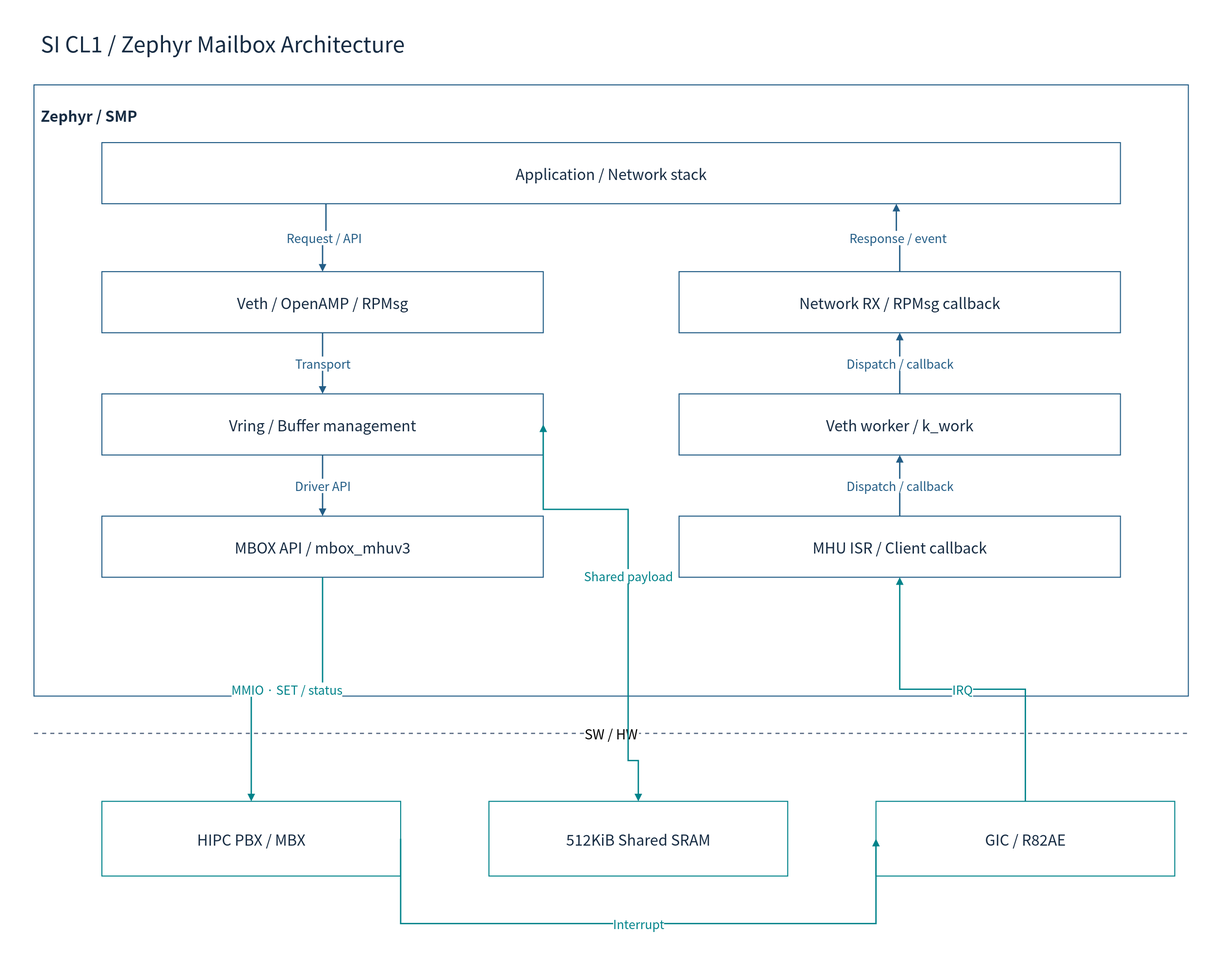
Earlier version of the draw.io export doc/phase1/mailbox/diagrams/19-zephyr-software.drawio.svg (cometzero/project-apollo). Source tidied: cells renumbered, new cells last; positions are measured from the earlier drawing's top-left corner, leaving out a move shared by most shapes.
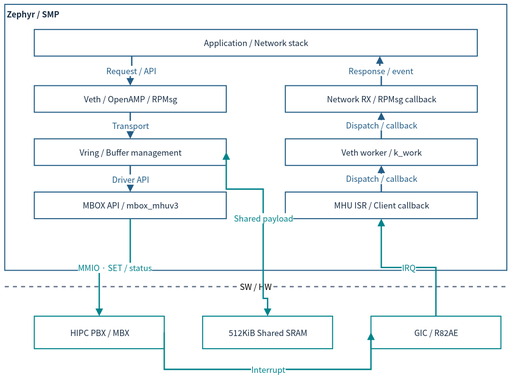
The same diagram one commit later.

Diff of the diagram source:
```diff
@@ -2,88 +2,82 @@
   <root>
     <mxCell id="0" />
     <mxCell id="1" parent="0" />
-    <mxCell id="2" style="rounded=0;whiteSpace=wrap;html=1;fillColor=#FFFFFF;strokeColor=none;strokeWidth=1.5;fontColor=#172C43;fontFamily=Noto Sans CJK KR;fontSize=22;spacing=10;" parent="1" vertex="1">
-      <mxGeometry width="1800" height="1420" as="geometry" />
-    </mxCell>
-    <mxCell id="3" value="SI CL1 / Zephyr Mailbox Architecture" style="rounded=0;whiteSpace=wrap;html=1;fillColor=#FFFFFF;strokeColor=none;strokeWidth=1.5;fontColor=#172C43;fontFamily=Noto Sans CJK KR;fontSize=22;spacing=10;fontSize=32;align=left;" parent="1" vertex="1">
-      <mxGeometry x="50" y="30" width="1700" height="65" as="geometry" />
-    </mxCell>
-    <mxCell id="4" value="Zephyr / SMP" style="rounded=0;whiteSpace=wrap;html=1;fillColor=#FFFFFF;strokeColor=#235D86;strokeWidth=1.5;fontColor=#172C43;fontFamily=Noto Sans CJK KR;fontSize=22;spacing=10;verticalAlign=top;fontStyle=1;spacingTop=16;align=left;" parent="1" vertex="1">
-      <mxGeometry x="50" y="125" width="1700" height="900" as="geometry" />
+    <mxCell id="4" value="Zephyr / SMP" style="rounded=0;whiteSpace=wrap;html=1;fillColor=#FFFFFF;strokeColor=#235D86;strokeWidth=1.5;fontColor=#172C43;fontFamily=Noto Sans CJK KR;verticalAlign=top;fontStyle=1;align=left;fontSize=12;spacing=3;whiteSpace=wrap;" parent="1" vertex="1">
+      <mxGeometry x="12" y="29.4" width="740" height="391.8" as="geometry" />
     </mxCell>
-    <mxCell id="5" value="Application / Network stack" style="rounded=0;whiteSpace=wrap;html=1;fillColor=#FFFFFF;strokeColor=#235D86;strokeWidth=1.5;fontColor=#172C43;fontFamily=Noto Sans CJK KR;fontSize=22;spacing=10;" parent="4" vertex="1">
-      <mxGeometry x="100" y="85" width="1500" height="90" as="geometry" />
+    <mxCell id="5" value="Application / Network stack" style="rounded=0;whiteSpace=wrap;html=1;fillColor=#FFFFFF;strokeColor=#235D86;strokeWidth=1.5;fontColor=#172C43;fontFamily=Noto Sans CJK KR;fontSize=12;spacing=3;whiteSpace=wrap;" parent="4" vertex="1">
+      <mxGeometry x="43.5" y="37" width="652.9" height="39.2" as="geometry" />
     </mxCell>
-    <mxCell id="6" value="Veth / OpenAMP / RPMsg" style="rounded=0;whiteSpace=wrap;html=1;fillColor=#FFFFFF;strokeColor=#235D86;strokeWidth=1.5;fontColor=#172C43;fontFamily=Noto Sans CJK KR;fontSize=22;spacing=10;" parent="4" vertex="1">
-      <mxGeometry x="100" y="275" width="650" height="90" as="geometry" />
+    <mxCell id="6" value="Veth / OpenAMP / RPMsg" style="rounded=0;whiteSpace=wrap;html=1;fillColor=#FFFFFF;strokeColor=#235D86;strokeWidth=1.5;fontColor=#172C43;fontFamily=Noto Sans CJK KR;fontSize=12;spacing=3;whiteSpace=wrap;" parent="4" vertex="1">
+      <mxGeometry x="43.5" y="119.7" width="282.9" height="39.2" as="geometry" />
     </mxCell>
-    <mxCell id="7" value="Vring / Buffer management" style="rounded=0;whiteSpace=wrap;html=1;fillColor=#FFFFFF;strokeColor=#235D86;strokeWidth=1.5;fontColor=#172C43;fontFamily=Noto Sans CJK KR;fontSize=22;spacing=10;" parent="4" vertex="1">
-      <mxGeometry x="100" y="455" width="650" height="90" as="geometry" />
+    <mxCell id="7" value="Vring / Buffer management" style="rounded=0;whiteSpace=wrap;html=1;fillColor=#FFFFFF;strokeColor=#235D86;strokeWidth=1.5;fontColor=#172C43;fontFamily=Noto Sans CJK KR;fontSize=12;spacing=3;whiteSpace=wrap;" parent="4" vertex="1">
+      <mxGeometry x="43.5" y="198.1" width="282.9" height="39.2" as="geometry" />
     </mxCell>
-    <mxCell id="8" value="MBOX API / mbox_mhuv3" style="rounded=0;whiteSpace=wrap;html=1;fillColor=#FFFFFF;strokeColor=#235D86;strokeWidth=1.5;fontColor=#172C43;fontFamily=Noto Sans CJK KR;fontSize=22;spacing=10;" parent="4" vertex="1">
-      <mxGeometry x="100" y="635" width="650" height="90" as="geometry" />
+    <mxCell id="8" value="MBOX API / mbox_mhuv3" style="rounded=0;whiteSpace=wrap;html=1;fillColor=#FFFFFF;strokeColor=#235D86;strokeWidth=1.5;fontColor=#172C43;fontFamily=Noto Sans CJK KR;fontSize=12;spacing=3;whiteSpace=wrap;" parent="4" vertex="1">
+      <mxGeometry x="43.5" y="276.4" width="282.9" height="39.2" as="geometry" />
     </mxCell>
-    <mxCell id="9" value="Network RX / RPMsg callback" style="rounded=0;whiteSpace=wrap;html=1;fillColor=#FFFFFF;strokeColor=#235D86;strokeWidth=1.5;fontColor=#172C43;fontFamily=Noto Sans CJK KR;fontSize=22;spacing=10;" parent="4" vertex="1">
-      <mxGeometry x="950" y="275" width="650" height="90" as="geometry" />
+    <mxCell id="9" value="Network RX / RPMsg callback" style="rounded=0;whiteSpace=wrap;html=1;fillColor=#FFFFFF;strokeColor=#235D86;strokeWidth=1.5;fontColor=#172C43;fontFamily=Noto Sans CJK KR;fontSize=12;spacing=3;whiteSpace=wrap;" parent="4" vertex="1">
+      <mxGeometry x="413.5" y="119.7" width="282.9" height="39.2" as="geometry" />
     </mxCell>
-    <mxCell id="10" value="Veth worker / k_work" style="rounded=0;whiteSpace=wrap;html=1;fillColor=#FFFFFF;strokeColor=#235D86;strokeWidth=1.5;fontColor=#172C43;fontFamily=Noto Sans CJK KR;fontSize=22;spacing=10;" parent="4" vertex="1">
-      <mxGeometry x="950" y="455" width="650" height="90" as="geometry" />
+    <mxCell id="10" value="Veth worker / k_work" style="rounded=0;whiteSpace=wrap;html=1;fillColor=#FFFFFF;strokeColor=#235D86;strokeWidth=1.5;fontColor=#172C43;fontFamily=Noto Sans CJK KR;fontSize=12;spacing=3;whiteSpace=wrap;" parent="4" vertex="1">
+      <mxGeometry x="413.5" y="198.1" width="282.9" height="39.2" as="geometry" />
     </mxCell>
-    <mxCell id="11" value="MHU ISR / Client callback" style="rounded=0;whiteSpace=wrap;html=1;fillColor=#FFFFFF;strokeColor=#235D86;strokeWidth=1.5;fontColor=#172C43;fontFamily=Noto Sans CJK KR;fontSize=22;spacing=10;" parent="4" vertex="1">
-      <mxGeometry x="950" y="635" width="650" height="90" as="geometry" />
+    <mxCell id="11" value="MHU ISR / Client callback" style="rounded=0;whiteSpace=wrap;html=1;fillColor=#FFFFFF;strokeColor=#235D86;strokeWidth=1.5;fontColor=#172C43;fontFamily=Noto Sans CJK KR;fontSize=12;spacing=3;whiteSpace=wrap;" parent="4" vertex="1">
+      <mxGeometry x="413.5" y="276.4" width="282.9" height="39.2" as="geometry" />
     </mxCell>
-    <mxCell id="12" value="Request / API" style="edgeStyle=orthogonalEdgeStyle;rounded=0;html=1;endArrow=block;endFill=1;strokeWidth=2;strokeColor=#235D86;fontColor=#235D86;fontFamily=Noto Sans CJK KR;fontSize=18;labelBackgroundColor=#FFFFFF;exitX=0.22;exitY=1;entryX=0.5;entryY=0;" parent="1" edge="1" source="5" target="6">
+    <mxCell id="12" value="Request / API" style="edgeStyle=orthogonalEdgeStyle;rounded=0;html=1;endArrow=block;endFill=1;strokeWidth=2;strokeColor=#235D86;fontColor=#235D86;fontFamily=Noto Sans CJK KR;labelBackgroundColor=#FFFFFF;exitX=0.22;exitY=1;entryX=0.5;entryY=0;fontSize=12;spacing=3;whiteSpace=nowrap;" parent="1" edge="1" source="5" target="6">
       <mxGeometry relative="1" as="geometry" />
     </mxCell>
-    <mxCell id="13" value="Transport" style="edgeStyle=orthogonalEdgeStyle;rounded=0;html=1;endArrow=block;endFill=1;strokeWidth=2;strokeColor=#235D86;fontColor=#235D86;fontFamily=Noto Sans CJK KR;fontSize=18;labelBackgroundColor=#FFFFFF;exitX=0.5;exitY=1;entryX=0.5;entryY=0;" parent="1" edge="1" source="6" target="7">
+    <mxCell id="13" value="Transport" style="edgeStyle=orthogonalEdgeStyle;rounded=0;html=1;endArrow=block;endFill=1;strokeWidth=2;strokeColor=#235D86;fontColor=#235D86;fontFamily=Noto Sans CJK KR;labelBackgroundColor=#FFFFFF;exitX=0.5;exitY=1;entryX=0.5;entryY=0;fontSize=12;spacing=3;whiteSpace=nowrap;" parent="1" edge="1" source="6" target="7">
       <mxGeometry relative="1" as="geometry" />
     </mxCell>
-    <mxCell id="14" value="Driver API" style="edgeStyle=orthogonalEdgeStyle;rounded=0;html=1;endArrow=block;endFill=1;strokeWidth=2;strokeColor=#235D86;fontColor=#235D86;fontFamily=Noto Sans CJK KR;fontSize=18;labelBackgroundColor=#FFFFFF;exitX=0.5;exitY=1;entryX=0.5;entryY=0;" parent="1" edge="1" source="7" target="8">
+    <mxCell id="14" value="Driver API" style="edgeStyle=orthogonalEdgeStyle;rounded=0;html=1;endArrow=block;endFill=1;strokeWidth=2;strokeColor=#235D86;fontColor=#235D86;fontFamily=Noto Sans CJK KR;labelBackgroundColor=#FFFFFF;exitX=0.5;exitY=1;entryX=0.5;entryY=0;fontSize=12;spacing=3;whiteSpace=nowrap;" parent="1" edge="1" source="7" target="8">
       <mxGeometry relative="1" as="geometry" />
     </mxCell>
-    <mxCell id="15" value="Dispatch / callback" style="edgeStyle=orthogonalEdgeStyle;rounded=0;html=1;endArrow=block;endFill=1;strokeWidth=2;strokeColor=#235D86;fontColor=#235D86;fontFamily=Noto Sans CJK KR;fontSize=18;labelBackgroundColor=#FFFFFF;exitX=0.5;exitY=0;entryX=0.5;entryY=1;" parent="1" edge="1" source="10" target="9">
+    <mxCell id="15" value="Dispatch / callback" style="edgeStyle=orthogonalEdgeStyle;rounded=0;html=1;endArrow=block;endFill=1;strokeWidth=2;strokeColor=#235D86;fontColor=#235D86;fontFamily=Noto Sans CJK KR;labelBackgroundColor=#FFFFFF;exitX=0.5;exitY=0;entryX=0.5;entryY=1;fontSize=12;spacing=3;whiteSpace=nowrap;" parent="1" edge="1" source="10" target="9">
       <mxGeometry relative="1" as="geometry" />
     </mxCell>
-    <mxCell id="16" value="Dispatch / callback" style="edgeStyle=orthogonalEdgeStyle;rounded=0;html=1;endArrow=block;endFill=1;strokeWidth=2;strokeColor=#235D86;fontColor=#235D86;fontFamily=Noto Sans CJK KR;fontSize=18;labelBackgroundColor=#FFFFFF;exitX=0.5;exitY=0;entryX=0.5;entryY=1;" parent="1" edge="1" source="11" target="10">
+    <mxCell id="16" value="Dispatch / callback" style="edgeStyle=orthogonalEdgeStyle;rounded=0;html=1;endArrow=block;endFill=1;strokeWidth=2;strokeColor=#235D86;fontColor=#235D86;fontFamily=Noto Sans CJK KR;labelBackgroundColor=#FFFFFF;exitX=0.5;exitY=0;entryX=0.5;entryY=1;fontSize=12;spacing=3;whiteSpace=nowrap;" parent="1" edge="1" source="11" target="10">
       <mxGeometry relative="1" as="geometry" />
     </mxCell>
-    <mxCell id="17" value="Response / event" style="edgeStyle=orthogonalEdgeStyle;rounded=0;html=1;endArrow=block;endFill=1;strokeWidth=2;strokeColor=#235D86;fontColor=#235D86;fontFamily=Noto Sans CJK KR;fontSize=18;labelBackgroundColor=#FFFFFF;exitX=0.5;exitY=0;entryX=0.78;entryY=1;" parent="1" edge="1" source="9" target="5">
+    <mxCell id="17" value="Response / event" style="edgeStyle=orthogonalEdgeStyle;rounded=0;html=1;endArrow=block;endFill=1;strokeWidth=2;strokeColor=#235D86;fontColor=#235D86;fontFamily=Noto Sans CJK KR;labelBackgroundColor=#FFFFFF;exitX=0.5;exitY=0;entryX=0.78;entryY=1;fontSize=12;spacing=3;whiteSpace=nowrap;" parent="1" edge="1" source="9" target="5">
       <mxGeometry relative="1" as="geometry" />
     </mxCell>
-    <mxCell id="18" value="SW / HW" style="endArrow=none;dashed=1;strokeColor=#64748B;strokeWidth=2;fontSize=20;labelBackgroundColor=#FFFFFF;fontFamily=Noto Sans CJK KR;" parent="1" edge="1">
+    <mxCell id="18" value="SW / HW" style="endArrow=none;dashed=1;strokeColor=#64748B;strokeWidth=2;labelBackgroundColor=#FFFFFF;fontFamily=Noto Sans CJK KR;fontSize=12;spacing=3;whiteSpace=nowrap;" parent="1" edge="1">
       <mxGeometry relative="1" as="geometry">
-        <mxPoint x="50" y="1080" as="sourcePoint" />
-        <mxPoint x="1750" y="1080" as="targetPoint" />
+        <mxPoint x="12" y="445.1" as="sourcePoint" />
+        <mxPoint x="752" y="445.1" as="targetPoint" />
       </mxGeometry>
     </mxCell>
-    <mxCell id="19" value="HIPC PBX / MBX" style="rounded=0;whiteSpace=wrap;html=1;fillColor=#FFFFFF;strokeColor=#00838A;strokeWidth=1.5;fontColor=#172C43;fontFamily=Noto Sans CJK KR;fontSize=22;spacing=10;" parent="1" vertex="1">
-      <mxGeometry x="150" y="1180" width="440" height="110" as="geometry" />
+    <mxCell id="19" value="HIPC PBX / MBX" style="rounded=0;whiteSpace=wrap;html=1;fillColor=#FFFFFF;strokeColor=#00838A;strokeWidth=1.5;fontColor=#172C43;fontFamily=Noto Sans CJK KR;fontSize=12;spacing=3;whiteSpace=wrap;" parent="1" vertex="1">
+      <mxGeometry x="55.5" y="488.6" width="191.5" height="47.9" as="geometry" />
     </mxCell>
-    <mxCell id="20" value="512KiB Shared SRAM" style="rounded=0;whiteSpace=wrap;html=1;fillColor=#FFFFFF;strokeColor=#00838A;strokeWidth=1.5;fontColor=#172C43;fontFamily=Noto Sans CJK KR;fontSize=22;spacing=10;" parent="1" vertex="1">
-      <mxGeometry x="720" y="1180" width="440" height="110" as="geometry" />
+    <mxCell id="20" value="512KiB Shared SRAM" style="rounded=0;whiteSpace=wrap;html=1;fillColor=#FFFFFF;strokeColor=#00838A;strokeWidth=1.5;fontColor=#172C43;fontFamily=Noto Sans CJK KR;fontSize=12;spacing=3;whiteSpace=wrap;" parent="1" vertex="1">
+      <mxGeometry x="303.6" y="488.6" width="191.5" height="47.9" as="geometry" />
     </mxCell>
-    <mxCell id="21" value="GIC / R82AE" style="rounded=0;whiteSpace=wrap;html=1;fillColor=#FFFFFF;strokeColor=#00838A;strokeWidth=1.5;fontColor=#172C43;fontFamily=Noto Sans CJK KR;fontSize=22;spacing=10;" parent="1" vertex="1">
-      <mxGeometry x="1290" y="1180" width="440" height="110" as="geometry" />
+    <mxCell id="21" value="GIC / R82AE" style="rounded=0;whiteSpace=wrap;html=1;fillColor=#FFFFFF;strokeColor=#00838A;strokeWidth=1.5;fontColor=#172C43;fontFamily=Noto Sans CJK KR;fontSize=12;spacing=3;whiteSpace=wrap;" parent="1" vertex="1">
+      <mxGeometry x="551.8" y="488.6" width="191.5" height="47.9" as="geometry" />
     </mxCell>
-    <mxCell id="22" value="MMIO · SET / status" style="edgeStyle=orthogonalEdgeStyle;rounded=0;html=1;endArrow=block;endFill=1;strokeWidth=2;strokeColor=#00838A;fontColor=#00838A;fontFamily=Noto Sans CJK KR;fontSize=18;labelBackgroundColor=#FFFFFF;exitX=0.5;exitY=1;entryX=0.5;entryY=0;" parent="1" edge="1" source="8" target="19">
+    <mxCell id="22" value="MMIO · SET / status" style="edgeStyle=orthogonalEdgeStyle;rounded=0;html=1;endArrow=block;endFill=1;strokeWidth=2;strokeColor=#00838A;fontColor=#00838A;fontFamily=Noto Sans CJK KR;labelBackgroundColor=#FFFFFF;exitX=0.5;exitY=1;entryX=0.5;entryY=0;fontSize=12;spacing=3;whiteSpace=nowrap;" parent="1" edge="1" source="8" target="19">
       <mxGeometry relative="1" as="geometry" />
     </mxCell>
-    <mxCell id="23" value="IRQ" style="edgeStyle=orthogonalEdgeStyle;rounded=0;html=1;endArrow=block;endFill=1;strokeWidth=2;strokeColor=#00838A;fontColor=#00838A;fontFamily=Noto Sans CJK KR;fontSize=18;labelBackgroundColor=#FFFFFF;exitX=0.5;exitY=0;entryX=0.5;entryY=1;" parent="1" edge="1" source="21" target="11">
+    <mxCell id="23" value="IRQ" style="edgeStyle=orthogonalEdgeStyle;rounded=0;html=1;endArrow=block;endFill=1;strokeWidth=2;strokeColor=#00838A;fontColor=#00838A;fontFamily=Noto Sans CJK KR;labelBackgroundColor=#FFFFFF;exitX=0.5;exitY=0;entryX=0.5;entryY=1;fontSize=12;spacing=3;whiteSpace=nowrap;" parent="1" edge="1" source="21" target="11">
       <mxGeometry relative="1" as="geometry" />
     </mxCell>
-    <mxCell id="24" value="Interrupt" style="edgeStyle=orthogonalEdgeStyle;rounded=0;html=1;endArrow=block;endFill=1;strokeWidth=2;strokeColor=#00838A;fontColor=#00838A;fontFamily=Noto Sans CJK KR;fontSize=18;labelBackgroundColor=#FFFFFF;exitX=1;exitY=0.5;entryX=0;entryY=0.5;" parent="1" edge="1" source="19" target="21">
+    <mxCell id="24" value="Interrupt" style="edgeStyle=orthogonalEdgeStyle;rounded=0;html=1;endArrow=block;endFill=1;strokeWidth=2;strokeColor=#00838A;fontColor=#00838A;fontFamily=Noto Sans CJK KR;labelBackgroundColor=#FFFFFF;exitX=1;exitY=0.5;entryX=0;entryY=0.5;fontSize=12;spacing=3;whiteSpace=nowrap;" parent="1" edge="1" source="19" target="21">
       <mxGeometry relative="1" as="geometry">
         <Array as="points">
-          <mxPoint x="650" y="1360" />
-          <mxPoint x="1500" y="1360" />
+          <mxPoint x="273.2" y="567" />
+          <mxPoint x="643.2" y="567" />
         </Array>
       </mxGeometry>
     </mxCell>
-    <mxCell id="25" value="Shared payload" style="edgeStyle=orthogonalEdgeStyle;rounded=0;html=1;endArrow=block;endFill=1;strokeWidth=2;strokeColor=#00838A;fontColor=#00838A;fontFamily=Noto Sans CJK KR;fontSize=18;labelBackgroundColor=#FFFFFF;exitX=1;exitY=0.5;entryX=0.5;entryY=0;startArrow=block;startFill=1;" parent="1" edge="1" source="7" target="20">
+    <mxCell id="25" value="Shared payload" style="edgeStyle=orthogonalEdgeStyle;rounded=0;html=1;endArrow=block;endFill=1;strokeWidth=2;strokeColor=#00838A;fontColor=#00838A;fontFamily=Noto Sans CJK KR;labelBackgroundColor=#FFFFFF;exitX=1;exitY=0.5;entryX=0.5;entryY=0;startArrow=block;startFill=1;fontSize=12;spacing=3;whiteSpace=nowrap;" parent="1" edge="1" source="7" target="20">
       <mxGeometry relative="1" as="geometry">
         <Array as="points">
-          <mxPoint x="925" y="750" />
-          <mxPoint x="925" y="1120" />
+          <mxPoint x="392.9" y="301.5" />
+          <mxPoint x="392.9" y="462.5" />
         </Array>
       </mxGeometry>
     </mxCell>
```
